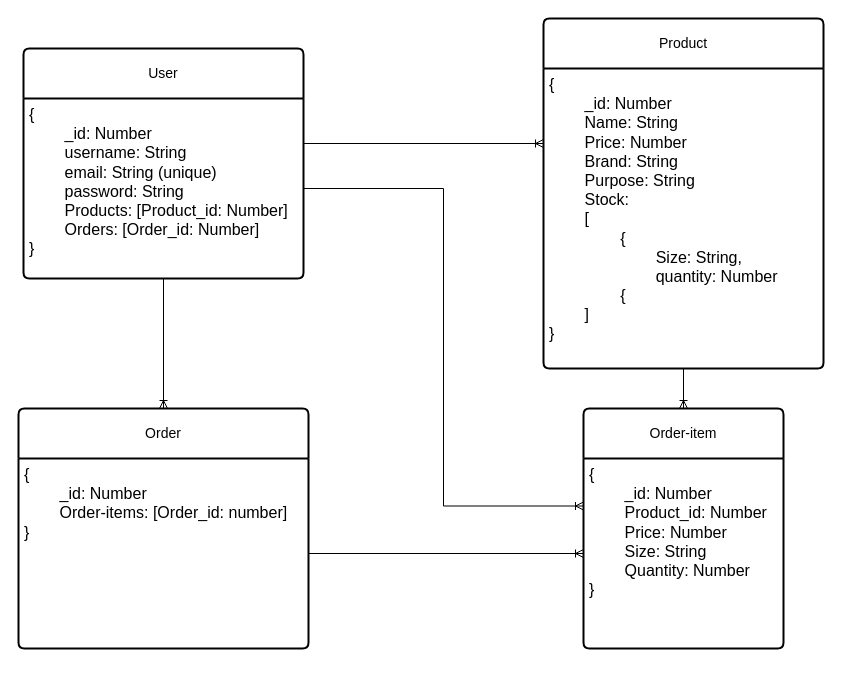
Before: zapatolibre.drawio in EmiLoKiJu/ZapatoLibre-Back-End, a draw.io diagram. Source tidied: cells renumbered, new cells numbered last; positions are measured from the earlier drawing's top-left corner, leaving out a move shared by most shapes. Both pictures are drawn from the tidied source at 100%, with x=0, y=0 at pixel (18, 18).
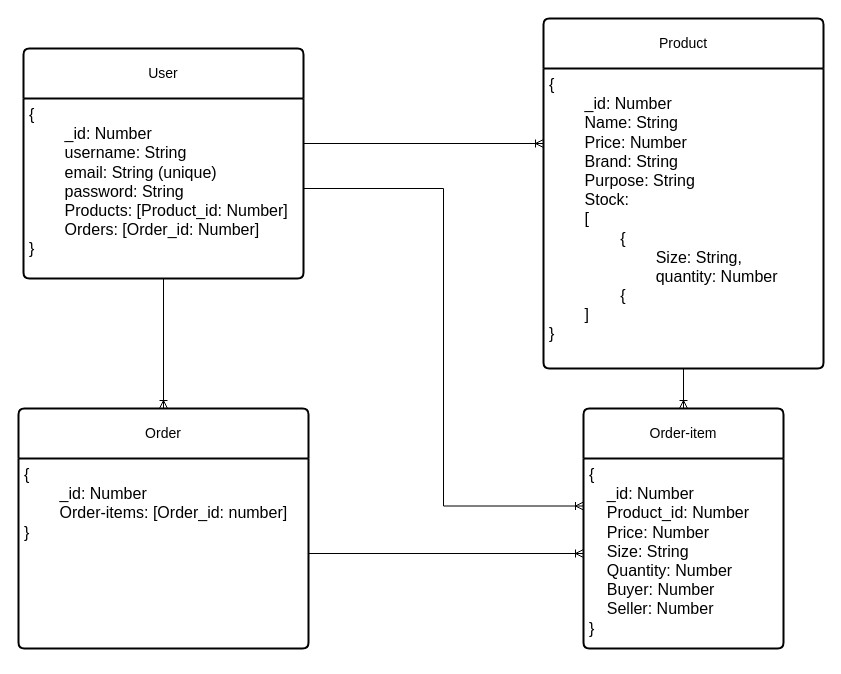
The same page after the edit.

Commit message (it also covers changes not shown here):
Edit product model and controller

What changed in the source:
```diff
@@
 <mxGraphModel>
   <root>
     <mxCell id="0" />
     <mxCell id="1" parent="0" />
     <mxCell id="2" value="User" style="swimlane;horizontal=1;startSize=50;rounded=1;fontSize=14;fontStyle=0;strokeWidth=2;shadow=0;dashed=0;align=center;arcSize=4;whiteSpace=wrap;html=1;" parent="1" vertex="1">
       <mxGeometry x="5" y="30" width="280" height="230" as="geometry" />
     </mxCell>
     <mxCell id="3" value="&lt;div style=&quot;font-size: 16px;&quot;&gt;&lt;span style=&quot;background-color: initial;&quot;&gt;&lt;font style=&quot;font-size: 16px;&quot;&gt;{&lt;/font&gt;&lt;/span&gt;&lt;/div&gt;&lt;div style=&quot;font-size: 16px;&quot;&gt;&lt;span style=&quot;background-color: initial;&quot;&gt;&lt;font style=&quot;font-size: 16px;&quot;&gt;&lt;span style=&quot;white-space: pre;&quot;&gt;&#9;&lt;/span&gt;_id: Number&lt;/font&gt;&lt;/span&gt;&lt;/div&gt;&lt;div style=&quot;font-size: 16px;&quot;&gt;&lt;span style=&quot;background-color: initial;&quot;&gt;&lt;font style=&quot;font-size: 16px;&quot;&gt;&lt;span style=&quot;white-space: pre;&quot;&gt;&#9;&lt;/span&gt;username: String&lt;br&gt;&lt;/font&gt;&lt;/span&gt;&lt;/div&gt;&lt;div style=&quot;font-size: 16px;&quot;&gt;&lt;span style=&quot;background-color: initial;&quot;&gt;&lt;font style=&quot;font-size: 16px;&quot;&gt;&lt;span style=&quot;white-space: pre;&quot;&gt;&#9;&lt;/span&gt;email: String (unique)&lt;br&gt;&lt;/font&gt;&lt;/span&gt;&lt;/div&gt;&lt;div style=&quot;font-size: 16px;&quot;&gt;&lt;/div&gt;&lt;div style=&quot;font-size: 16px;&quot;&gt;&lt;span style=&quot;background-color: initial;&quot;&gt;&lt;font style=&quot;font-size: 16px;&quot;&gt;&lt;span style=&quot;white-space: pre;&quot;&gt;&#9;&lt;/span&gt;password: String&lt;/font&gt;&lt;/span&gt;&lt;/div&gt;&lt;div style=&quot;font-size: 16px;&quot;&gt;&lt;span style=&quot;background-color: initial;&quot;&gt;&lt;font style=&quot;font-size: 16px;&quot;&gt;&lt;span style=&quot;white-space: pre;&quot;&gt;&#9;&lt;/span&gt;Products: [Product_id: Number]&lt;br&gt;&lt;/font&gt;&lt;/span&gt;&lt;/div&gt;&lt;div style=&quot;font-size: 16px;&quot;&gt;&lt;span style=&quot;background-color: initial;&quot;&gt;&lt;font style=&quot;font-size: 16px;&quot;&gt;&lt;span style=&quot;white-space: pre;&quot;&gt;&#9;&lt;/span&gt;Orders: [Order_id: Number]&lt;br&gt;&lt;/font&gt;&lt;/span&gt;&lt;/div&gt;&lt;div style=&quot;font-size: 16px;&quot;&gt;&lt;span style=&quot;background-color: initial;&quot;&gt;&lt;font style=&quot;font-size: 16px;&quot;&gt;}&lt;/font&gt;&lt;/span&gt;&lt;/div&gt;&lt;div style=&quot;font-size: 16px;&quot;&gt;&lt;br&gt;&lt;/div&gt;" style="align=left;strokeColor=none;fillColor=none;spacingLeft=4;fontSize=12;verticalAlign=top;html=1;" parent="2" vertex="1">
       <mxGeometry y="50" width="280" height="180" as="geometry" />
     </mxCell>
     <mxCell id="4" value="Product" style="swimlane;horizontal=1;startSize=50;rounded=1;fontSize=14;fontStyle=0;strokeWidth=2;shadow=0;dashed=0;align=center;arcSize=4;whiteSpace=wrap;html=1;" parent="1" vertex="1">
       <mxGeometry x="525" width="280" height="350" as="geometry" />
     </mxCell>
     <mxCell id="5" value="&lt;font style=&quot;font-size: 16px;&quot;&gt;{&lt;br&gt;&lt;span style=&quot;white-space: pre;&quot;&gt;&#9;&lt;/span&gt;_id: Number&lt;br&gt;&lt;span style=&quot;white-space: pre;&quot;&gt;&#9;&lt;/span&gt;Name: String&lt;br&gt;&lt;span style=&quot;white-space: pre;&quot;&gt;&#9;&lt;/span&gt;Price: Number&lt;br&gt;&lt;span style=&quot;white-space: pre;&quot;&gt;&#9;&lt;/span&gt;Brand: String&lt;br&gt;&lt;span style=&quot;white-space: pre;&quot;&gt;&#9;&lt;/span&gt;Purpose: String&lt;br&gt;&lt;span style=&quot;white-space: pre;&quot;&gt;&#9;&lt;/span&gt;Stock: &lt;span style=&quot;white-space: pre;&quot;&gt;&#9;&lt;/span&gt;&lt;br&gt;&lt;span style=&quot;white-space: pre;&quot;&gt;&#9;&lt;/span&gt;[&lt;br&gt;&lt;span style=&quot;white-space: pre;&quot;&gt;&#9;&lt;/span&gt;&lt;span style=&quot;white-space: pre;&quot;&gt;&#9;&lt;/span&gt;{&lt;br&gt;&lt;span style=&quot;white-space: pre;&quot;&gt;&#9;&lt;/span&gt;&lt;span style=&quot;white-space: pre;&quot;&gt;&#9;&lt;/span&gt;&lt;span style=&quot;white-space: pre;&quot;&gt;&#9;&lt;/span&gt;Size: String, &lt;br&gt;&lt;span style=&quot;white-space: pre;&quot;&gt;&#9;&lt;/span&gt;&lt;span style=&quot;white-space: pre;&quot;&gt;&#9;&lt;span style=&quot;white-space: pre;&quot;&gt;&#9;&lt;/span&gt;&lt;/span&gt;quantity: Number&lt;br&gt;&lt;span style=&quot;white-space: pre;&quot;&gt;&#9;&lt;/span&gt;&lt;span style=&quot;white-space: pre;&quot;&gt;&#9;&lt;/span&gt;{&lt;br&gt;&lt;span style=&quot;white-space: pre;&quot;&gt;&#9;&lt;/span&gt;]&lt;br&gt;}&lt;br&gt;&lt;span style=&quot;white-space: pre;&quot;&gt;&#9;&lt;/span&gt;&lt;br&gt;&lt;/font&gt;" style="align=left;strokeColor=none;fillColor=none;spacingLeft=4;fontSize=12;verticalAlign=top;html=1;" parent="4" vertex="1">
       <mxGeometry y="50" width="280" height="300" as="geometry" />
     </mxCell>
     <mxCell id="6" style="edgeStyle=orthogonalEdgeStyle;rounded=0;jettySize=auto;html=1;exitX=1;exitY=0.25;exitDx=0;exitDy=0;entryX=0;entryY=0.25;entryDx=0;entryDy=0;endArrow=ERoneToMany;endFill=0;" parent="1" edge="1" source="3" target="5">
       <mxGeometry relative="1" as="geometry" />
     </mxCell>
     <mxCell id="7" value="Order-item" style="swimlane;horizontal=1;startSize=50;rounded=1;fontSize=14;fontStyle=0;strokeWidth=2;shadow=0;dashed=0;align=center;arcSize=4;whiteSpace=wrap;html=1;" parent="1" vertex="1">
       <mxGeometry x="565" y="390" width="200" height="240" as="geometry" />
     </mxCell>
-    <mxCell id="8" value="&lt;font style=&quot;font-size: 16px;&quot;&gt;{&lt;br&gt;&lt;span style=&quot;white-space: pre;&quot;&gt;&#9;&lt;/span&gt;_id: Number&lt;br&gt;&lt;span style=&quot;white-space: pre;&quot;&gt;&#9;&lt;/span&gt;Product_id: Number&lt;br&gt;&lt;span style=&quot;white-space: pre;&quot;&gt;&#9;&lt;/span&gt;Price: Number&lt;br&gt;&lt;span style=&quot;white-space: pre;&quot;&gt;&#9;&lt;/span&gt;Size: String&lt;br&gt;&lt;span style=&quot;white-space: pre;&quot;&gt;&#9;&lt;/span&gt;Quantity: Number&lt;br&gt;}&lt;br&gt;&lt;span style=&quot;white-space: pre;&quot;&gt;&#9;&lt;/span&gt;&lt;br&gt;&lt;/font&gt;" style="align=left;strokeColor=none;fillColor=none;spacingLeft=4;fontSize=12;verticalAlign=top;html=1;" parent="7" vertex="1">
+    <mxCell id="8" value="&lt;font style=&quot;font-size: 16px;&quot;&gt;{&lt;br&gt;&lt;span style=&quot;&quot;&gt;&lt;span style=&quot;white-space: pre;&quot;&gt;&amp;nbsp;&amp;nbsp;&amp;nbsp;&amp;nbsp;&lt;/span&gt;&lt;/span&gt;_id: Number&lt;br&gt;&lt;span style=&quot;&quot;&gt;&lt;span style=&quot;white-space: pre;&quot;&gt;&amp;nbsp;&amp;nbsp;&amp;nbsp;&amp;nbsp;&lt;/span&gt;&lt;/span&gt;Product_id: Number&lt;br&gt;&lt;span style=&quot;&quot;&gt;&lt;span style=&quot;white-space: pre;&quot;&gt;&amp;nbsp;&amp;nbsp;&amp;nbsp;&amp;nbsp;&lt;/span&gt;&lt;/span&gt;Price: Number&lt;br&gt;&lt;span style=&quot;&quot;&gt;&lt;span style=&quot;white-space: pre;&quot;&gt;&amp;nbsp;&amp;nbsp;&amp;nbsp;&amp;nbsp;&lt;/span&gt;&lt;/span&gt;Size: String&lt;br&gt;&lt;span style=&quot;&quot;&gt;&lt;span style=&quot;white-space: pre;&quot;&gt;&amp;nbsp;&amp;nbsp;&amp;nbsp;&amp;nbsp;&lt;/span&gt;&lt;/span&gt;Quantity: Number&lt;br&gt;&lt;span style=&quot;&quot;&gt;&lt;span style=&quot;white-space: pre;&quot;&gt;&amp;nbsp;&amp;nbsp;&amp;nbsp;&amp;nbsp;&lt;/span&gt;&lt;/span&gt;Buyer: Number&lt;br style=&quot;border-color: var(--border-color);&quot;&gt;&lt;span style=&quot;white-space: pre;&quot;&gt;&amp;nbsp;&amp;nbsp;&amp;nbsp;&amp;nbsp;&lt;/span&gt;Seller: Number&lt;br&gt;}&lt;br&gt;&lt;span style=&quot;&quot;&gt;&lt;span style=&quot;white-space: pre;&quot;&gt;&amp;nbsp;&amp;nbsp;&amp;nbsp;&amp;nbsp;&lt;/span&gt;&lt;/span&gt;&lt;br&gt;&lt;/font&gt;" style="align=left;strokeColor=none;fillColor=none;spacingLeft=4;fontSize=12;verticalAlign=top;html=1;" parent="7" vertex="1">
       <mxGeometry y="50" width="200" height="190" as="geometry" />
     </mxCell>
     <mxCell id="9" style="edgeStyle=orthogonalEdgeStyle;rounded=0;jettySize=auto;html=1;exitX=1;exitY=0.5;exitDx=0;exitDy=0;entryX=0;entryY=0.25;entryDx=0;entryDy=0;endArrow=ERoneToMany;endFill=0;" parent="1" edge="1" source="3" target="8">
       <mxGeometry relative="1" as="geometry" />
     </mxCell>
     <mxCell id="10" style="edgeStyle=orthogonalEdgeStyle;rounded=0;jettySize=auto;html=1;exitX=0.5;exitY=1;exitDx=0;exitDy=0;entryX=0.5;entryY=0;entryDx=0;entryDy=0;endArrow=ERoneToMany;endFill=0;startArrow=none;startFill=0;" parent="1" edge="1" source="5" target="7">
       <mxGeometry relative="1" as="geometry" />
     </mxCell>
     <mxCell id="11" value="Order" style="swimlane;horizontal=1;startSize=50;rounded=1;fontSize=14;fontStyle=0;strokeWidth=2;shadow=0;dashed=0;align=center;arcSize=4;whiteSpace=wrap;html=1;" parent="1" vertex="1">
       <mxGeometry y="390" width="290" height="240" as="geometry" />
     </mxCell>
     <mxCell id="12" value="&lt;font style=&quot;font-size: 16px;&quot;&gt;{&lt;br&gt;&lt;span style=&quot;white-space: pre;&quot;&gt;&#9;&lt;/span&gt;_id: Number&lt;br&gt;&lt;span style=&quot;white-space: pre;&quot;&gt;&#9;&lt;/span&gt;Order-items: [Order_id: number]&lt;br&gt;}&lt;br&gt;&lt;span style=&quot;white-space: pre;&quot;&gt;&#9;&lt;/span&gt;&lt;br&gt;&lt;/font&gt;" style="align=left;strokeColor=none;fillColor=none;spacingLeft=4;fontSize=12;verticalAlign=top;html=1;" parent="11" vertex="1">
       <mxGeometry y="50" width="290" height="190" as="geometry" />
     </mxCell>
     <mxCell id="13" style="edgeStyle=orthogonalEdgeStyle;rounded=0;jettySize=auto;html=1;exitX=1;exitY=0.5;exitDx=0;exitDy=0;entryX=0;entryY=0.5;entryDx=0;entryDy=0;endArrow=ERoneToMany;endFill=0;" parent="1" edge="1" source="12" target="8">
       <mxGeometry relative="1" as="geometry" />
     </mxCell>
     <mxCell id="14" style="edgeStyle=orthogonalEdgeStyle;rounded=0;jettySize=auto;html=1;exitX=0.5;exitY=1;exitDx=0;exitDy=0;entryX=0.5;entryY=0;entryDx=0;entryDy=0;endArrow=ERoneToMany;endFill=0;" parent="1" edge="1" source="3" target="11">
       <mxGeometry relative="1" as="geometry" />
     </mxCell>
   </root>
 </mxGraphModel>
```
